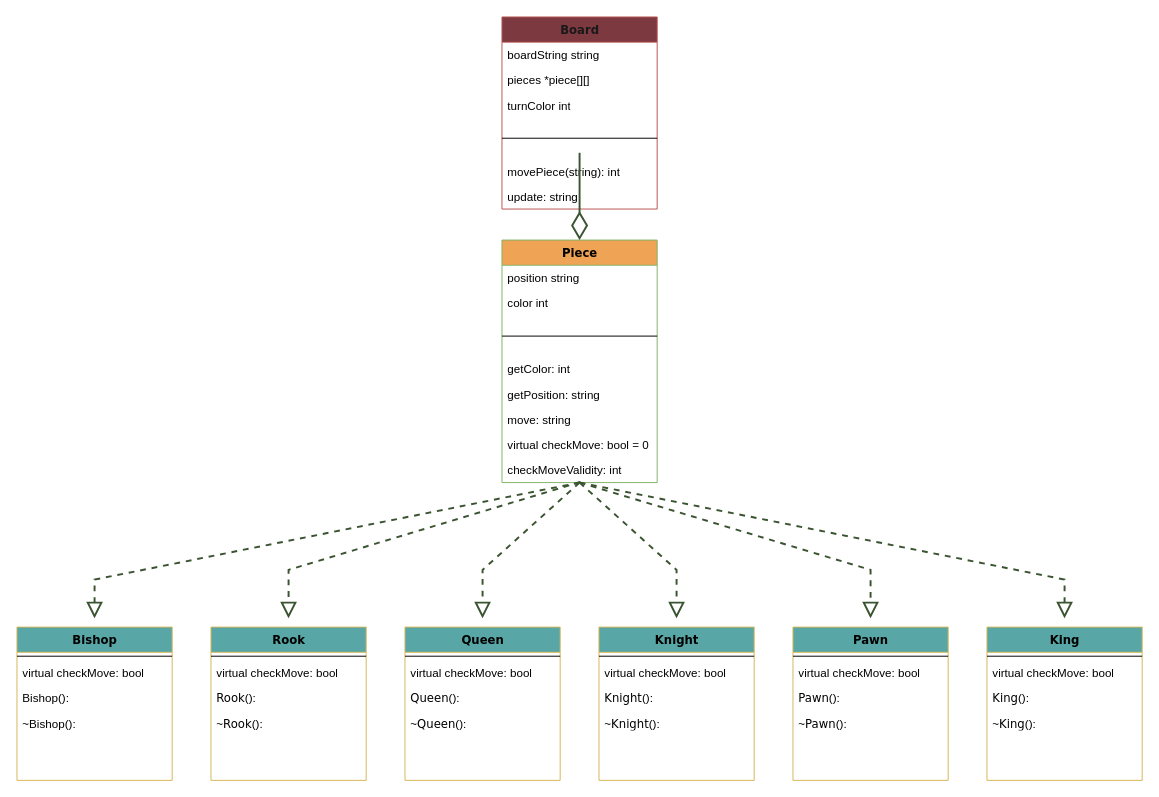
Before: UML.drawio in yolo102938/Chess-Project, a draw.io diagram. Source tidied: cells renumbered, new cells numbered last; positions are measured from the earlier drawing's top-left corner, leaving out a move shared by most shapes. Both pictures are drawn from the tidied source at 97%, with x=0, y=0 at pixel (16, 16).
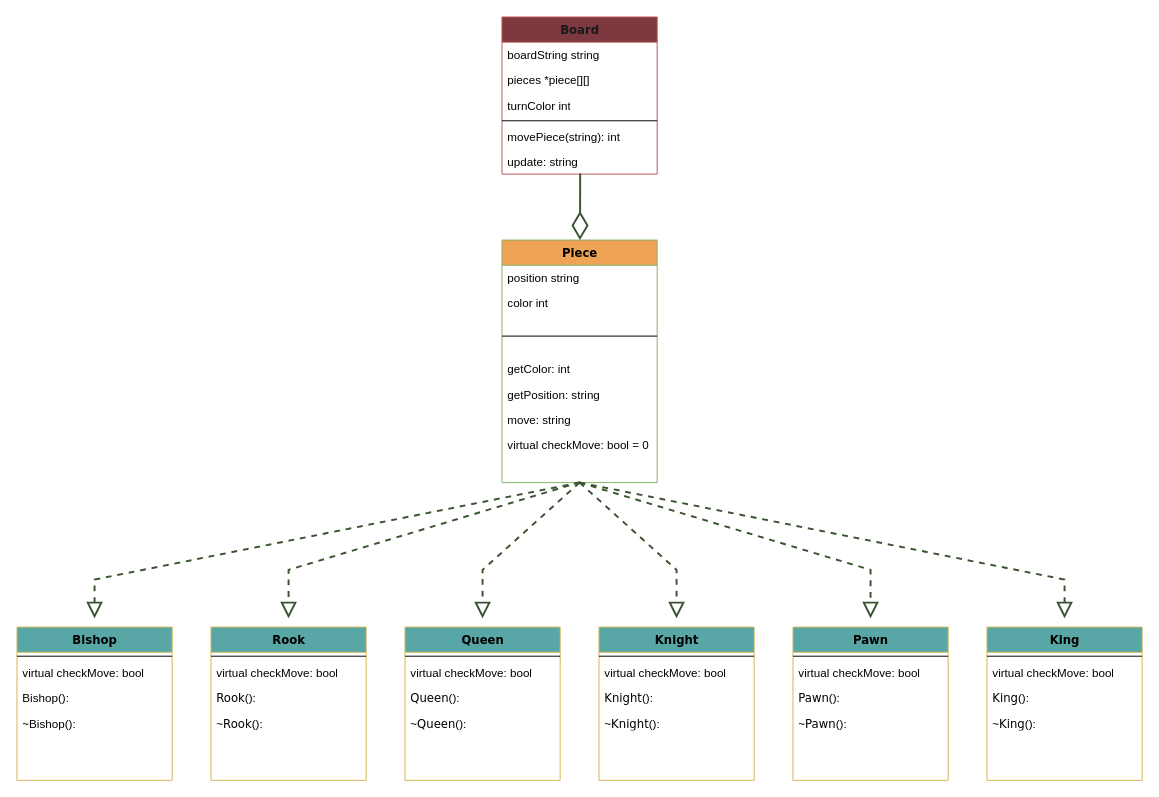
After the change.

Unchanged cells that the change refers to:
```xml
<mxCell id="9" value="Piece" style="swimlane;html=1;fontStyle=1;align=center;verticalAlign=top;horizontal=1;startSize=26;swimlaneFillColor=#ffffff;rounded=0;shadow=0;comic=0;labelBackgroundColor=none;strokeWidth=1;fontFamily=Verdana;fontSize=12;fillColor=#efa355;strokeColor=#82b366;" parent="1" vertex="1">
  <mxGeometry x="500" y="230" width="160" height="250" as="geometry" />
</mxCell>
```

The edit, as a diff of the source:
```diff
@@
     <mxCell id="2" value="&lt;font color=&quot;#191919&quot;&gt;Board&lt;/font&gt;" style="swimlane;html=1;fontStyle=1;align=center;verticalAlign=top;horizontal=1;startSize=26;swimlaneFillColor=#ffffff;rounded=0;shadow=0;comic=0;labelBackgroundColor=none;strokeWidth=1;fillColor=#7D3940;fontFamily=Verdana;fontSize=12;strokeColor=#b85450;" parent="1" vertex="1">
-      <mxGeometry x="500" width="160" height="198" as="geometry" />
+      <mxGeometry x="500" width="160" height="162" as="geometry" />
     </mxCell>
@@
     <mxCell id="6" style="line;html=1;strokeWidth=1;fillColor=none;align=left;verticalAlign=middle;spacingTop=-1;spacingLeft=3;spacingRight=3;labelPosition=right;" parent="2" vertex="1">
-      <mxGeometry y="104" width="160" height="42" as="geometry" />
+      <mxGeometry y="104" width="160" height="6" as="geometry" />
     </mxCell>
     <mxCell id="7" value="movePiece(string): int" style="text;html=1;strokeColor=none;fillColor=none;align=left;verticalAlign=top;spacingLeft=4;spacingRight=4;whiteSpace=wrap;overflow=hidden;" parent="2" vertex="1">
-      <mxGeometry y="146" width="160" height="26" as="geometry" />
+      <mxGeometry y="110" width="160" height="26" as="geometry" />
     </mxCell>
     <mxCell id="8" value="update: string" style="text;html=1;strokeColor=none;fillColor=none;align=left;verticalAlign=top;spacingLeft=4;spacingRight=4;whiteSpace=wrap;overflow=hidden;points=[[0,0.5],[1,0.5]];portConstraint=eastwest;" parent="2" vertex="1">
-      <mxGeometry y="172" width="160" height="26" as="geometry" />
+      <mxGeometry y="136" width="160" height="26" as="geometry" />
     </mxCell>
@@
-    <mxCell id="17" value="checkMoveValidity: int" style="text;html=1;strokeColor=none;fillColor=none;align=left;verticalAlign=top;spacingLeft=4;spacingRight=4;whiteSpace=wrap;overflow=hidden;points=[[0,0.5],[1,0.5]];portConstraint=eastwest;" parent="9" vertex="1">
-      <mxGeometry y="224" width="160" height="26" as="geometry" />
-    </mxCell>
@@
-    <mxCell id="49" style="endArrow=block;dashed=1;endFill=0;endSize=12;html=1;rounded=0;fillColor=#6d8764;strokeColor=#3A5431;strokeWidth=2;exitX=0.505;exitY=0.979;exitDx=0;exitDy=0;exitPerimeter=0;" parent="1" edge="1" source="17">
+    <mxCell id="49" style="endArrow=block;dashed=1;endFill=0;endSize=12;html=1;rounded=0;fillColor=#6d8764;strokeColor=#3A5431;strokeWidth=2;exitX=0.505;exitY=0.979;exitDx=0;exitDy=0;exitPerimeter=0;" parent="1" edge="1">
       <mxGeometry relative="1" as="geometry">
+        <mxPoint x="580.8" y="479.5" as="sourcePoint" />
         <mxPoint x="280" y="620" as="targetPoint" />
         <Array as="points">
           <mxPoint x="280" y="570" />
         </Array>
       </mxGeometry>
     </mxCell>
@@
-    <mxCell id="54" style="endArrow=diamondThin;endFill=0;endSize=24;html=1;rounded=0;fillColor=#6d8764;strokeColor=#3A5431;strokeWidth=2;" parent="1" edge="1" target="9">
-      <mxGeometry x="0.12" y="-186" relative="1" as="geometry">
-        <mxPoint x="580" y="140" as="sourcePoint" />
-      </mxGeometry>
+    <mxCell id="54" style="endArrow=diamondThin;endFill=0;endSize=24;html=1;rounded=0;fillColor=#6d8764;strokeColor=#3A5431;strokeWidth=2;exitX=0.504;exitY=0.974;exitDx=0;exitDy=0;exitPerimeter=0;" parent="1" edge="1" source="8" target="9">
+      <mxGeometry x="0.12" y="-186" relative="1" as="geometry" />
     </mxCell>
```
